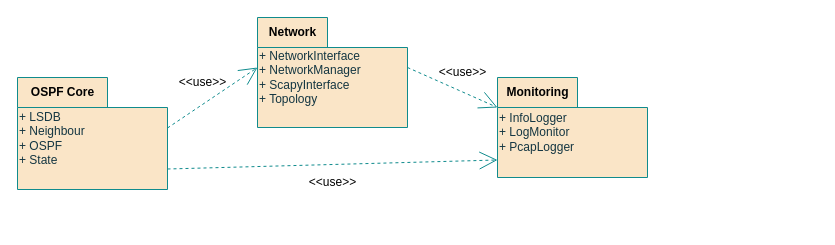
Above: page "csomagdiagram" (1 of 12) of documentation/abrak.drawio in x3gan/thesis (draw.io), before the change. Source tidied: cells renumbered, new cells numbered last; positions are measured from the earlier drawing's top-left corner, leaving out a move shared by most shapes. Both pictures are drawn from the tidied source at 100%, with x=0, y=0 at pixel (17, 17).
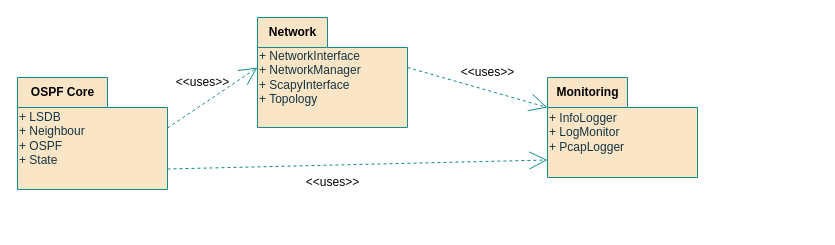
After the change.

The edit, as a diff of the source:
```diff
@@
 <mxGraphModel>
   <root>
     <mxCell id="0" />
     <mxCell id="1" parent="0" />
     <mxCell id="2" style="group;" parent="1" vertex="1">
-      <mxGeometry y="60" width="220" height="140" as="geometry" />
+      <mxGeometry y="60" width="225" height="140" as="geometry" />
     </mxCell>
     <mxCell id="3" value="&lt;span style=&quot;font-weight: normal;&quot;&gt;+ LSDB&lt;/span&gt;&lt;div&gt;&lt;span style=&quot;font-weight: normal;&quot;&gt;+ Neighbour&lt;/span&gt;&lt;/div&gt;&lt;div&gt;&lt;span style=&quot;font-weight: normal;&quot;&gt;+ OSPF&lt;/span&gt;&lt;/div&gt;&lt;div style=&quot;&quot;&gt;&lt;span style=&quot;font-weight: normal;&quot;&gt;+ State&lt;/span&gt;&lt;/div&gt;" style="shape=folder;fontStyle=1;spacingTop=10;tabWidth=90;tabHeight=30;tabPosition=left;html=1;whiteSpace=wrap;align=left;strokeColor=#0F8B8D;verticalAlign=middle;fontFamily=Helvetica;fontSize=12;fontColor=#143642;labelBackgroundColor=none;horizontal=1;fillColor=#FAE5C7;" parent="2" vertex="1">
       <mxGeometry width="150" height="112" as="geometry" />
     </mxCell>
     <mxCell id="4" value="&lt;b&gt;OSPF Core&lt;/b&gt;" style="text;html=1;align=center;verticalAlign=middle;strokeColor=none;fillColor=none;" parent="2" vertex="1">
       <mxGeometry width="90" height="30" as="geometry" />
     </mxCell>
-    <mxCell id="5" value="&amp;lt;&amp;lt;use&amp;gt;&amp;gt;" style="text;html=1;align=center;verticalAlign=middle;strokeColor=none;fillColor=none;" parent="2" vertex="1">
-      <mxGeometry x="150" y="-10" width="70" height="30" as="geometry" />
+    <mxCell id="5" value="&amp;lt;&amp;lt;uses&amp;gt;&amp;gt;" style="text;html=1;align=center;verticalAlign=middle;strokeColor=none;fillColor=none;" parent="2" vertex="1">
+      <mxGeometry x="145" y="-10" width="80" height="30" as="geometry" />
     </mxCell>
     <mxCell id="6" style="group;" parent="1" vertex="1">
-      <mxGeometry x="480" y="60" width="270" height="150" as="geometry" />
+      <mxGeometry x="530" y="60" width="270" height="150" as="geometry" />
     </mxCell>
     <mxCell id="7" value="&lt;span style=&quot;font-weight: normal;&quot;&gt;+ InfoLogger&lt;/span&gt;&lt;div&gt;&lt;span style=&quot;font-weight: normal;&quot;&gt;+ LogMonitor&lt;/span&gt;&lt;/div&gt;&lt;div&gt;&lt;span style=&quot;font-weight: normal;&quot;&gt;+ PcapLogger&lt;/span&gt;&lt;/div&gt;" style="shape=folder;fontStyle=1;spacingTop=10;tabWidth=80;tabHeight=30;tabPosition=left;html=1;whiteSpace=wrap;align=left;strokeColor=#0F8B8D;verticalAlign=middle;fontFamily=Helvetica;fontSize=12;fontColor=#143642;labelBackgroundColor=none;horizontal=1;fillColor=#FAE5C7;" parent="6" vertex="1">
       <mxGeometry width="150" height="100" as="geometry" />
     </mxCell>
     <mxCell id="8" value="Monitoring" style="text;html=1;align=center;verticalAlign=middle;strokeColor=none;fillColor=none;fontStyle=1;" parent="6" vertex="1">
       <mxGeometry width="80" height="30" as="geometry" />
     </mxCell>
     <mxCell id="9" style="group;" parent="1" vertex="1">
       <mxGeometry x="240" width="150" height="110" as="geometry" />
     </mxCell>
     <mxCell id="10" value="&lt;span style=&quot;font-weight: normal;&quot;&gt;+ NetworkInterface&lt;/span&gt;&lt;div&gt;&lt;span style=&quot;font-weight: normal;&quot;&gt;+ NetworkManager&lt;/span&gt;&lt;/div&gt;&lt;div&gt;&lt;span style=&quot;font-weight: normal;&quot;&gt;+ ScapyInterface&lt;/span&gt;&lt;/div&gt;&lt;div&gt;&lt;span style=&quot;font-weight: normal;&quot;&gt;+ Topology&lt;/span&gt;&lt;/div&gt;" style="shape=folder;fontStyle=1;spacingTop=10;tabWidth=70;tabHeight=30;tabPosition=left;html=1;whiteSpace=wrap;align=left;strokeColor=#0F8B8D;verticalAlign=middle;fontFamily=Helvetica;fontSize=12;fontColor=#143642;labelBackgroundColor=none;horizontal=1;fillColor=#FAE5C7;" parent="9" vertex="1">
       <mxGeometry width="150" height="110" as="geometry" />
     </mxCell>
     <mxCell id="11" value="Network" style="text;html=1;align=center;verticalAlign=middle;strokeColor=none;fillColor=none;fontStyle=1;" parent="9" vertex="1">
       <mxGeometry width="70" height="30" as="geometry" />
     </mxCell>
     <mxCell id="12" style="endArrow=open;html=1;rounded=0;exitX=0;exitY=0;exitDx=150;exitDy=50.5;exitPerimeter=0;entryX=0;entryY=0;entryDx=0;entryDy=50;entryPerimeter=0;dashed=1;strokeColor=#0F8B8D;align=center;verticalAlign=middle;fontFamily=Helvetica;fontSize=12;fontColor=#143642;fontStyle=1;labelBackgroundColor=none;horizontal=1;startSize=15;endFill=0;endSize=16;fillColor=#FAE5C7;" parent="1" edge="1" source="3" target="10">
       <mxGeometry relative="1" as="geometry" />
     </mxCell>
     <mxCell id="13" style="endArrow=open;html=1;rounded=0;exitX=0;exitY=0;exitDx=150;exitDy=91.50000000000001;exitPerimeter=0;entryX=0;entryY=0;entryDx=0;entryDy=82.5;entryPerimeter=0;dashed=1;strokeColor=#0F8B8D;align=center;verticalAlign=middle;fontFamily=Helvetica;fontSize=12;fontColor=#143642;fontStyle=1;labelBackgroundColor=none;horizontal=1;startSize=15;endFill=0;endSize=16;fillColor=#FAE5C7;" parent="1" edge="1" source="3" target="7">
       <mxGeometry relative="1" as="geometry" />
     </mxCell>
-    <mxCell id="14" value="&amp;lt;&amp;lt;use&amp;gt;&amp;gt;" style="text;html=1;align=center;verticalAlign=middle;strokeColor=none;fillColor=none;" parent="1" vertex="1">
-      <mxGeometry x="280" y="150" width="70" height="30" as="geometry" />
+    <mxCell id="14" value="&amp;lt;&amp;lt;uses&amp;gt;&amp;gt;" style="text;html=1;align=center;verticalAlign=middle;strokeColor=none;fillColor=none;" parent="1" vertex="1">
+      <mxGeometry x="275" y="150" width="80" height="30" as="geometry" />
     </mxCell>
     <mxCell id="15" style="endArrow=open;html=1;rounded=0;exitX=0;exitY=0;exitDx=150;exitDy=50;exitPerimeter=0;entryX=0;entryY=0;entryDx=0;entryDy=30;entryPerimeter=0;dashed=1;strokeColor=#0F8B8D;align=center;verticalAlign=middle;fontFamily=Helvetica;fontSize=12;fontColor=#143642;fontStyle=1;labelBackgroundColor=none;horizontal=1;startSize=15;endFill=0;endSize=16;fillColor=#FAE5C7;" parent="1" edge="1" source="10" target="7">
       <mxGeometry relative="1" as="geometry" />
     </mxCell>
-    <mxCell id="16" value="&amp;lt;&amp;lt;use&amp;gt;&amp;gt;" style="text;html=1;align=center;verticalAlign=middle;strokeColor=none;fillColor=none;" parent="1" vertex="1">
-      <mxGeometry x="410" y="40" width="70" height="30" as="geometry" />
+    <mxCell id="16" value="&amp;lt;&amp;lt;uses&amp;gt;&amp;gt;" style="text;html=1;align=center;verticalAlign=middle;strokeColor=none;fillColor=none;" parent="1" vertex="1">
+      <mxGeometry x="430" y="40" width="80" height="30" as="geometry" />
     </mxCell>
   </root>
 </mxGraphModel>
```
